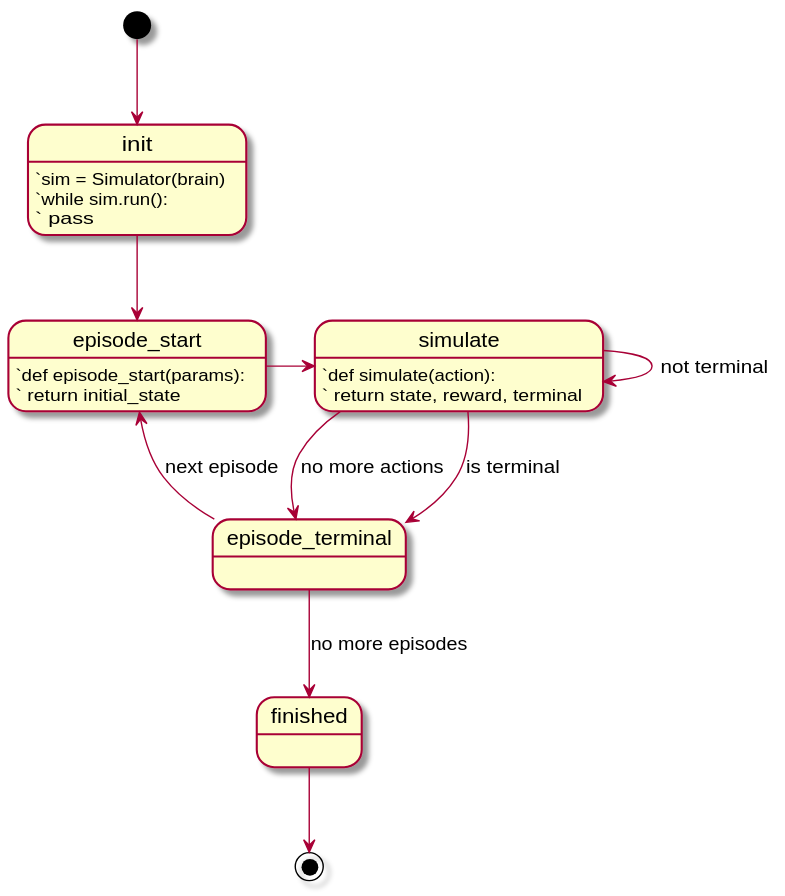
sagibs0n/bonsai-sdk keeps this PlantUML diagram as docs/slate/simulator_state.svg. Above is the earlier version. Source of this version:
```plantuml
@startuml simulator_state
    [*] --> init
    init --> episode_start
    init: `sim = Simulator(brain)
    init: `while sim.run():
    init: `  pass


    episode_start -right-> simulate
    episode_start: `def episode_start(params):
    episode_start: `  return initial_state

    simulate --> simulate: not terminal
    simulate: `def simulate(action):
    simulate: `  return state, reward, terminal

    simulate --> episode_terminal: is terminal
    simulate --> episode_terminal: no more actions

    episode_terminal --> episode_start: next episode
    episode_terminal --> finished: no more episodes

    finished --> [*]
    @enduml
```
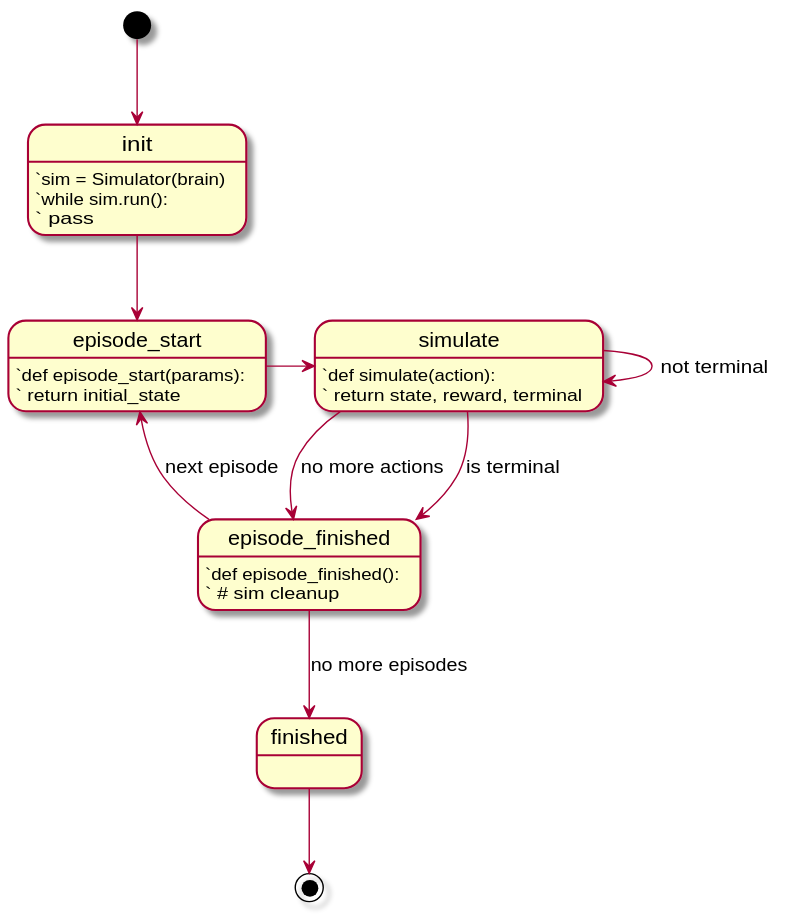
After the change.

The edit, as a diff of the source:
```diff
@@ -14,11 +14,14 @@
     simulate: `def simulate(action):
     simulate: `  return state, reward, terminal
 
-    simulate --> episode_terminal: is terminal
-    simulate --> episode_terminal: no more actions
+    simulate --> episode_finished: is terminal
+    simulate --> episode_finished: no more actions
 
-    episode_terminal --> episode_start: next episode
-    episode_terminal --> finished: no more episodes
+    episode_finished --> episode_start: next episode
+    episode_finished: `def episode_finished():
+    episode_finished: `  # sim cleanup
+
+    episode_finished --> finished: no more episodes
 
     finished --> [*]
     @enduml
```
